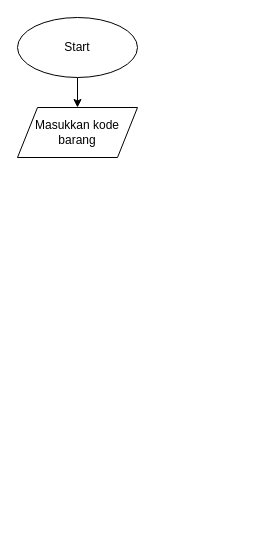
Above: flowchart.drawio in eidiati/aditya_saputra-aplikasi_kasir (draw.io), before the change. Source tidied: cells renumbered, new cells numbered last; positions are measured from the earlier drawing's top-left corner, leaving out a move shared by most shapes. Both pictures are drawn from the tidied source at 100%, with x=0, y=0 at pixel (17, 17).
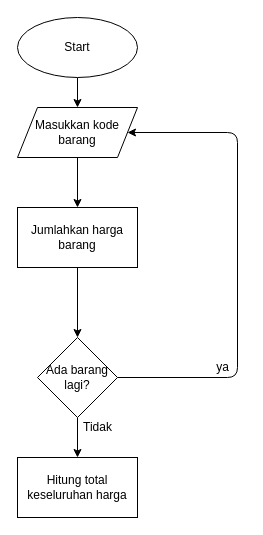
The same page after the edit.

Commit message:
membuat kondisi perulangan

Diff of the diagram source:
```diff
@@
 <mxGraphModel>
   <root>
     <mxCell id="0" />
     <mxCell id="1" parent="0" />
     <mxCell id="2" style="edgeStyle=none;html=1;" parent="1" edge="1" source="3" target="4">
       <mxGeometry relative="1" as="geometry" />
     </mxCell>
     <mxCell id="3" value="Start" style="ellipse;whiteSpace=wrap;html=1;" parent="1" vertex="1">
       <mxGeometry width="120" height="60" as="geometry" />
     </mxCell>
+    <mxCell id="5" style="edgeStyle=none;html=1;" parent="1" edge="1" source="4" target="7">
+      <mxGeometry relative="1" as="geometry" />
+    </mxCell>
     <mxCell id="4" value="Masukkan kode barang" style="shape=parallelogram;perimeter=parallelogramPerimeter;whiteSpace=wrap;html=1;fixedSize=1;" parent="1" vertex="1">
       <mxGeometry y="90" width="120" height="50" as="geometry" />
     </mxCell>
+    <mxCell id="6" style="edgeStyle=none;html=1;" parent="1" edge="1" source="7" target="10">
+      <mxGeometry relative="1" as="geometry" />
+    </mxCell>
+    <mxCell id="7" value="Jumlahkan harga barang" style="whiteSpace=wrap;html=1;" parent="1" vertex="1">
+      <mxGeometry y="190" width="120" height="60" as="geometry" />
+    </mxCell>
+    <mxCell id="8" style="edgeStyle=none;html=1;exitX=1;exitY=0.5;exitDx=0;exitDy=0;entryX=1;entryY=0.5;entryDx=0;entryDy=0;" parent="1" edge="1" source="10" target="4">
+      <mxGeometry relative="1" as="geometry">
+        <Array as="points">
+          <mxPoint x="220" y="360" />
+          <mxPoint x="220" y="115" />
+        </Array>
+      </mxGeometry>
+    </mxCell>
+    <mxCell id="9" style="edgeStyle=none;html=1;" parent="1" edge="1" source="10" target="12">
+      <mxGeometry relative="1" as="geometry" />
+    </mxCell>
+    <mxCell id="10" value="Ada barang lagi?" style="rhombus;whiteSpace=wrap;html=1;" parent="1" vertex="1">
+      <mxGeometry x="20" y="320" width="80" height="80" as="geometry" />
+    </mxCell>
+    <mxCell id="11" value="ya" style="text;html=1;align=center;verticalAlign=middle;strokeColor=none;fillColor=none;" parent="1" vertex="1">
+      <mxGeometry x="190" y="340" width="30" height="20" as="geometry" />
+    </mxCell>
+    <mxCell id="12" value="Hitung total keseluruhan harga" style="whiteSpace=wrap;html=1;" parent="1" vertex="1">
+      <mxGeometry y="440" width="120" height="60" as="geometry" />
+    </mxCell>
+    <mxCell id="13" value="Tidak" style="text;html=1;align=center;verticalAlign=middle;strokeColor=none;fillColor=none;" parent="1" vertex="1">
+      <mxGeometry x="60" y="400" width="40" height="20" as="geometry" />
+    </mxCell>
   </root>
 </mxGraphModel>
```
